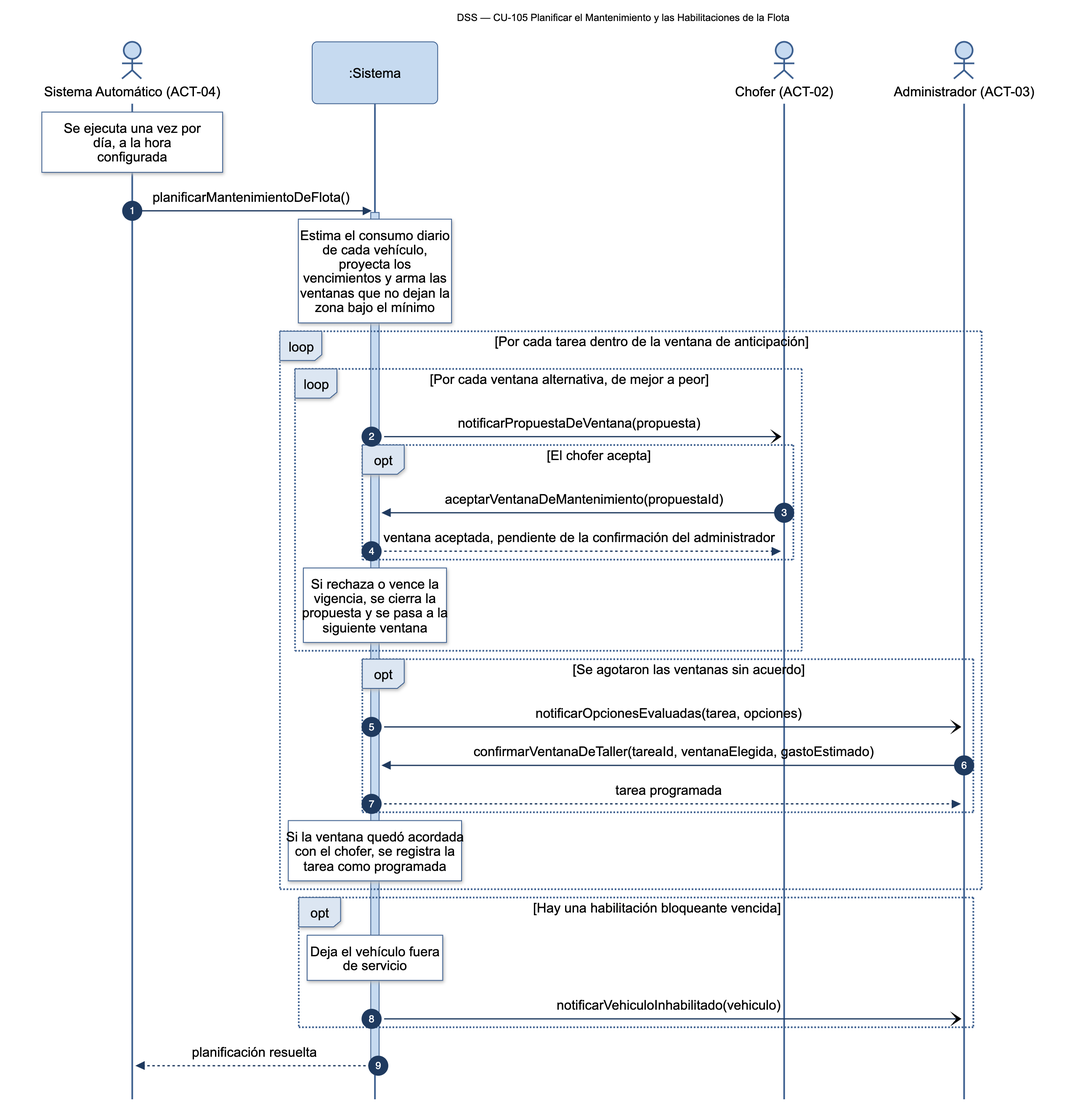
Above: diagramas/png/DSS_CU-105_Planificar-El-Mantenimiento-Y-Las-Habilitaciones-De-La-Flota.png in Nahuelito-Dev/splg-docs (Mermaid), before the change. Its source is kept beside it as diagramas/DSS_CU-105_Planificar-El-Mantenimiento-Y-Las-Habilitaciones-De-La-Flota.mmd.
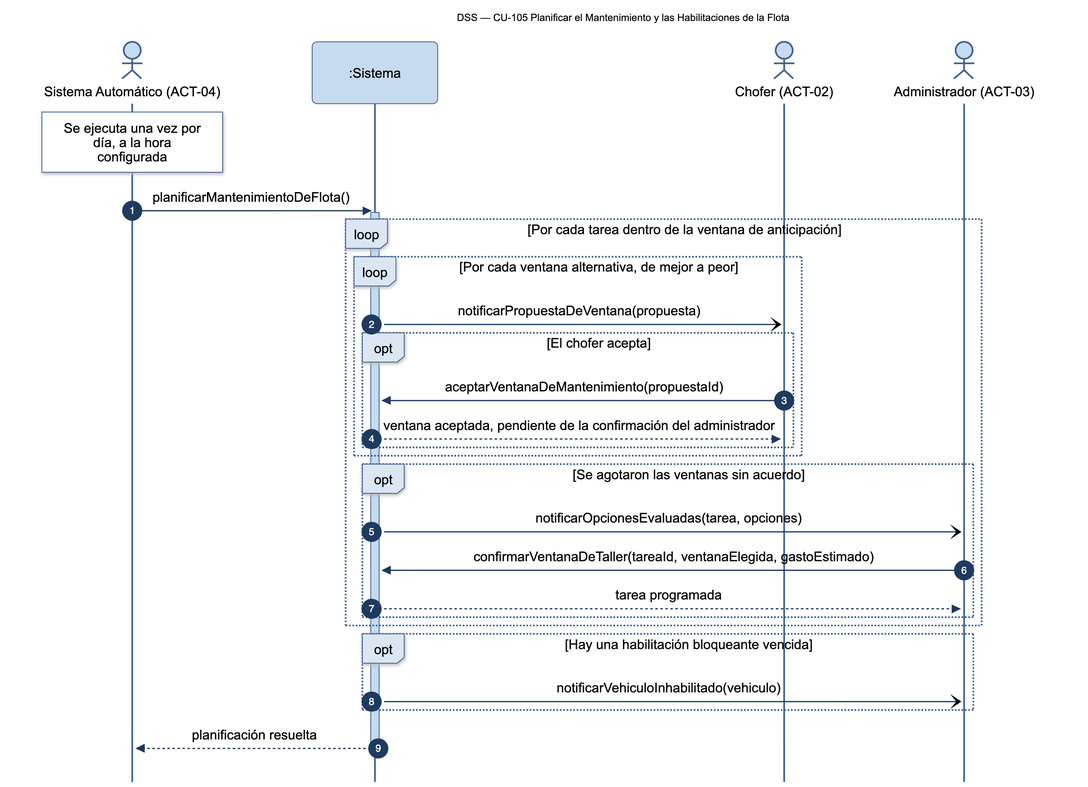
The same file after the commit.

What changed in the source:
```diff
@@ -9,7 +9,6 @@
     Note over SAU: Se ejecuta una vez por<br/>día, a la hora<br/>configurada
     SAU->>SIS: planificarMantenimientoDeFlota()
     activate SIS
-    Note over SIS: Estima el consumo diario<br/>de cada vehículo,<br/>proyecta los<br/>vencimientos y arma las<br/>ventanas que no dejan la<br/>zona bajo el mínimo
 
     loop Por cada tarea dentro de la ventana de anticipación
         loop Por cada ventana alternativa, de mejor a peor
@@ -18,7 +17,6 @@
                 CHO->>SIS: aceptarVentanaDeMantenimiento(propuestaId)
                 SIS-->>CHO: ventana aceptada, pendiente de la confirmación del administrador
             end
-            Note over SIS: Si rechaza o vence la<br/>vigencia, se cierra la<br/>propuesta y se pasa a la<br/>siguiente ventana
         end
 
         opt Se agotaron las ventanas sin acuerdo
@@ -26,11 +24,9 @@
             ADM->>SIS: confirmarVentanaDeTaller(tareaId, ventanaElegida, gastoEstimado)
             SIS-->>ADM: tarea programada
         end
-        Note over SIS: Si la ventana quedó acordada<br/>con el chofer, se registra la<br/>tarea como programada
     end
 
     opt Hay una habilitación bloqueante vencida
-        Note over SIS: Deja el vehículo fuera<br/>de servicio
         SIS-)ADM: notificarVehiculoInhabilitado(vehiculo)
     end
     SIS-->>SAU: planificación resuelta
```
